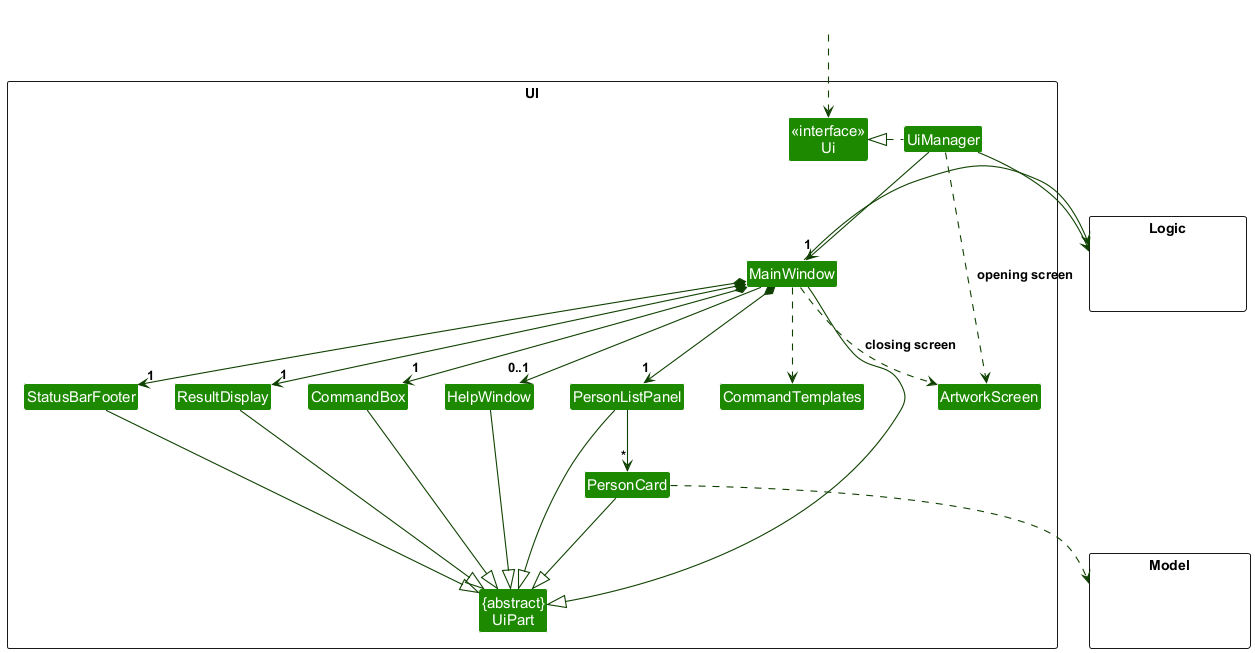
The PlantUML diagram docs/images/UiClassDiagram.png in AY2627S1-CS2103T-W11-1/tp, before a commit.
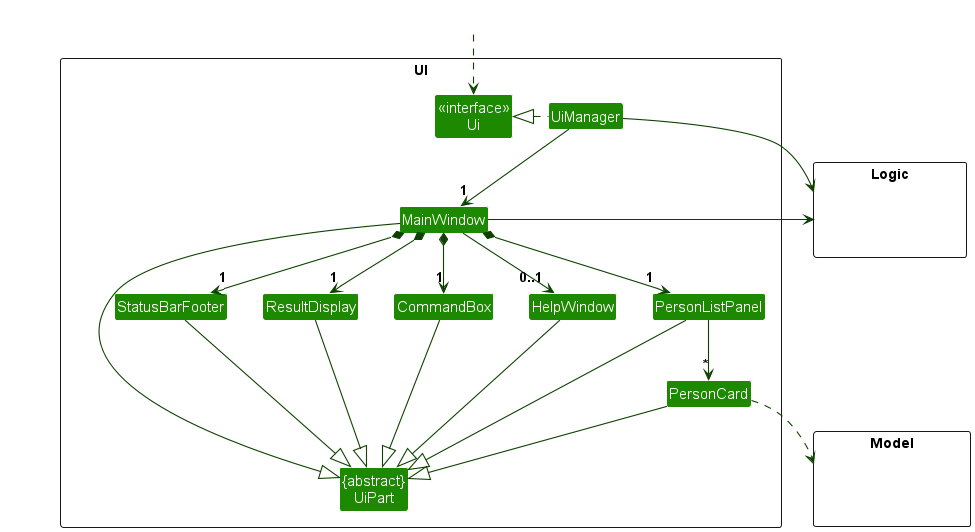
The same file after the commit.

The edit, as a diff of the source:
```diff
@@ -15,8 +15,6 @@
 Class PersonCard
 Class StatusBarFooter
 Class CommandBox
-Class CommandTemplates
-Class ArtworkScreen
 }
 
 package Model <<Rectangle>> {
@@ -37,9 +35,6 @@
 MainWindow *-down-> "1" PersonListPanel
 MainWindow *-down-> "1" StatusBarFooter
 MainWindow --> "0..1" HelpWindow
-MainWindow ..> CommandTemplates
-MainWindow ..> ArtworkScreen : closing screen
-UiManager ..> ArtworkScreen : opening screen
 
 PersonListPanel -down-> "*" PersonCard
 
```
